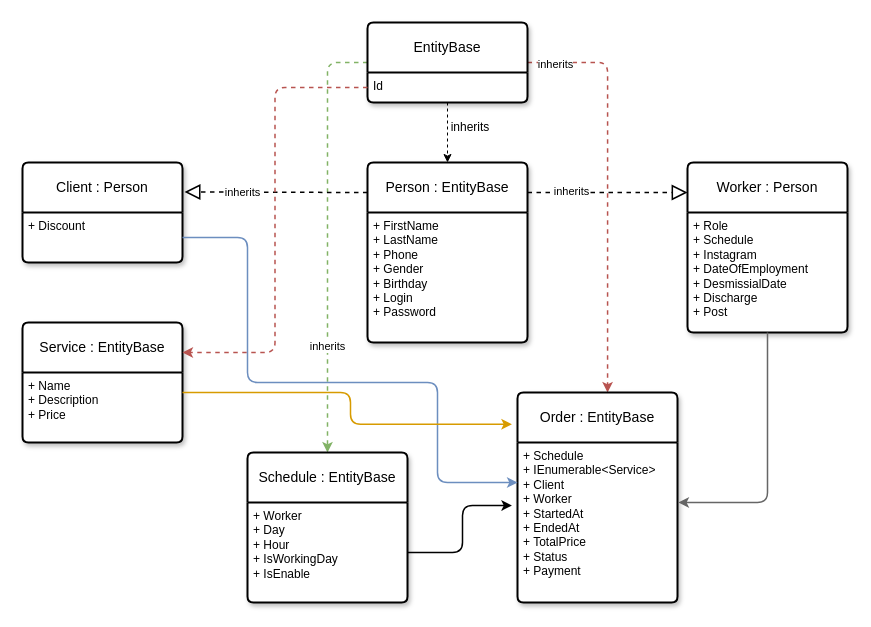
Before: Queue.Barbershop.ClassDiagram.drawio in azamatmavlonov/Queue, a draw.io diagram. Source tidied: cells renumbered, new cells numbered last; positions are measured from the earlier drawing's top-left corner, leaving out a move shared by most shapes. Both pictures are drawn from the tidied source at 100%, with x=0, y=0 at pixel (22, 22).
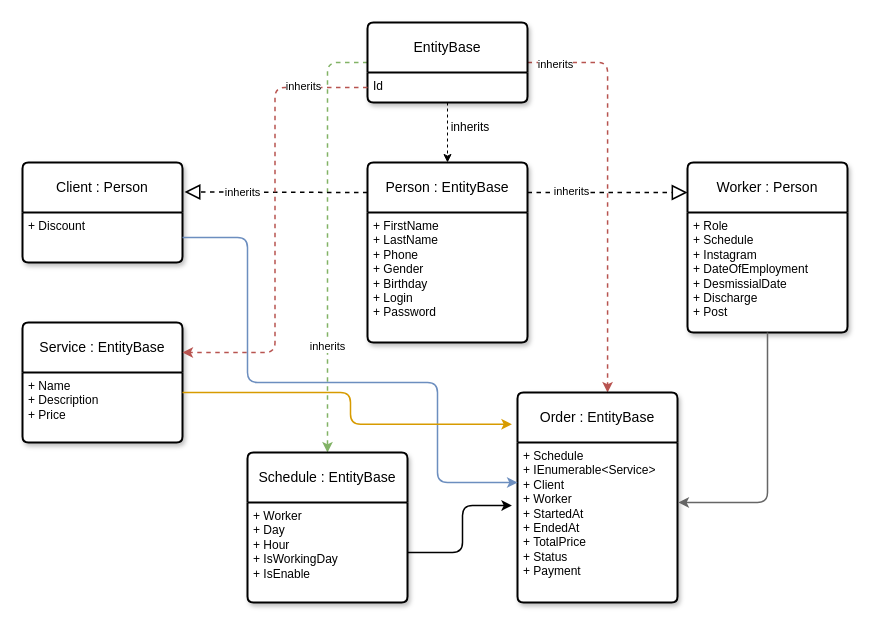
Above is the later version.

The change refers to these unchanged cells:
```xml
<mxCell id="21" style="edgeStyle=orthogonalEdgeStyle;rounded=1;jettySize=auto;html=1;entryX=1;entryY=0.25;entryDx=0;entryDy=0;dashed=1;fillColor=#f8cecc;strokeColor=#b85450;strokeWidth=1.5;" parent="1" edge="1" source="8" target="15">
  <mxGeometry relative="1" as="geometry" />
</mxCell>
```

The edit, as a diff of the source:
```diff
@@
+    <mxCell id="31" value="inherits" style="edgeLabel;html=1;align=center;verticalAlign=middle;" parent="21" vertex="1">
+      <mxGeometry x="-0.71" y="-2" relative="1" as="geometry" />
+    </mxCell>
```
